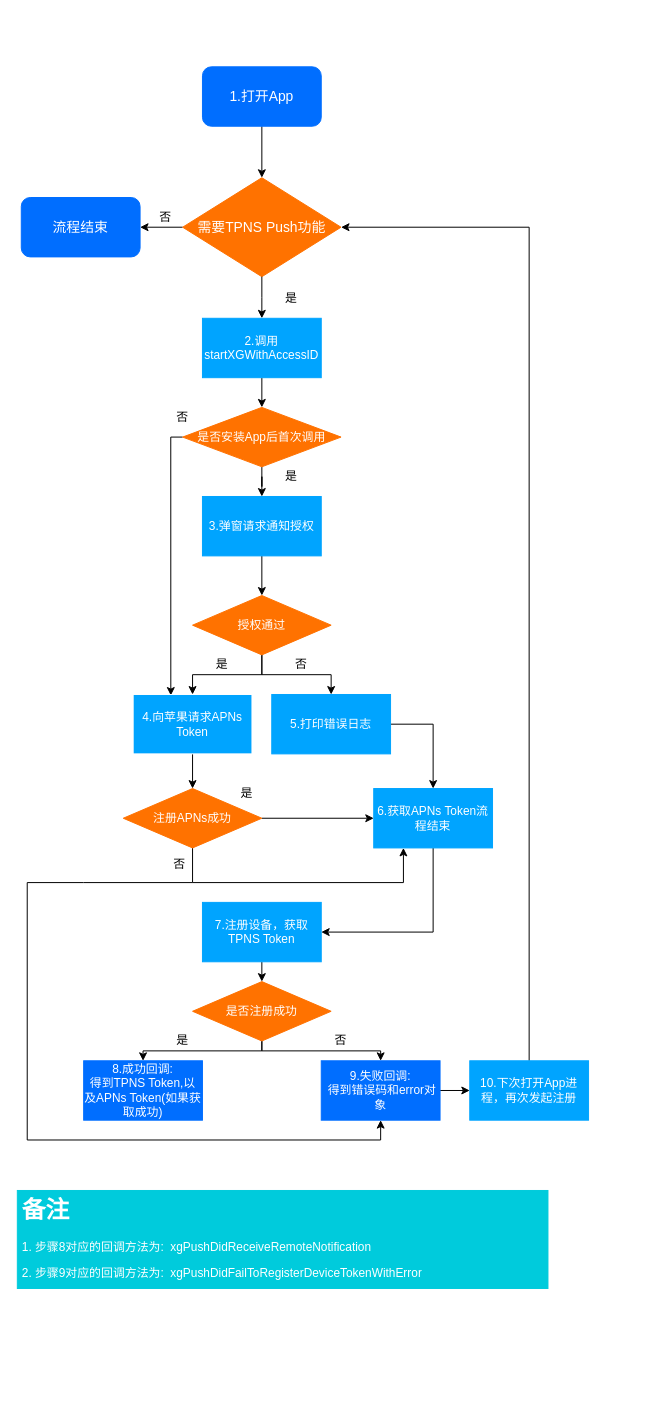
Before: register.drawio in muyanbiao/tpnsFlowChart, a draw.io diagram. Source tidied: cells renumbered, new cells numbered last; positions are measured from the earlier drawing's top-left corner, leaving out a move shared by most shapes. Both pictures are drawn from the tidied source at 99%, with x=0, y=0 at pixel (17, 66).
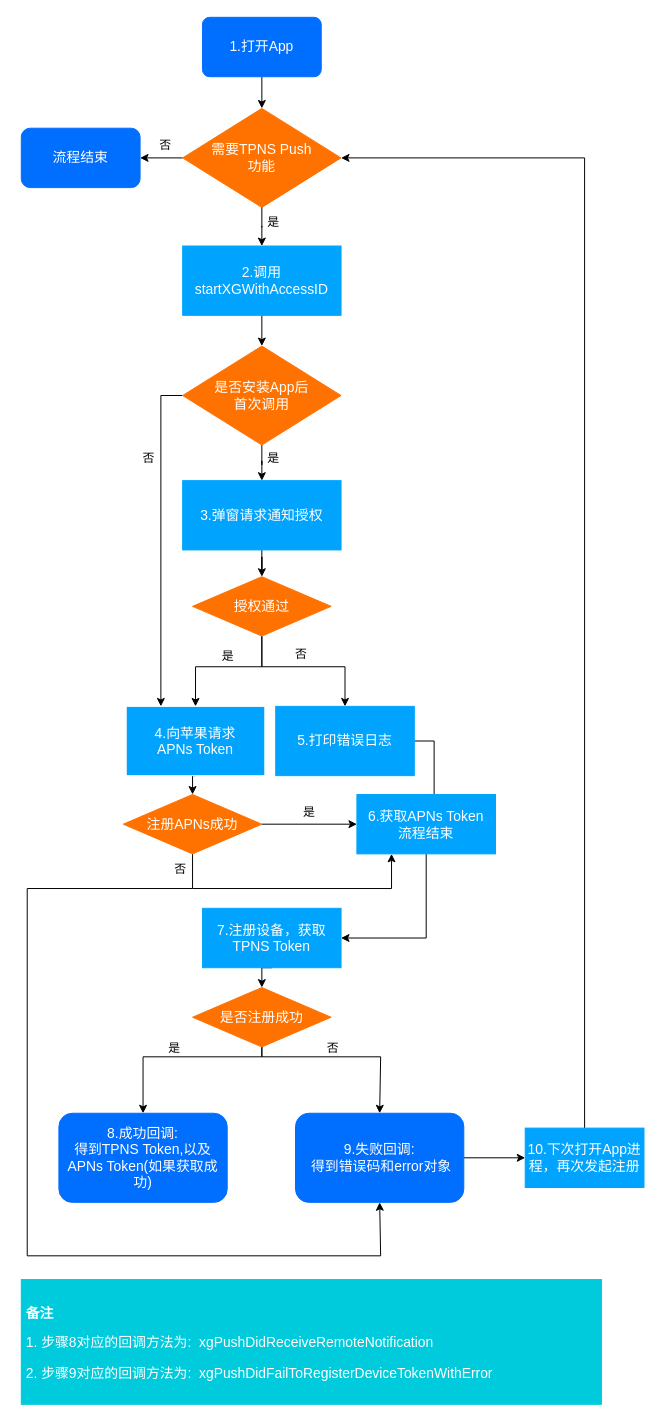
Above is the later version.

The edit, as a diff of the source:
```diff
@@
-    <mxCell id="3" value="&lt;font face=&quot;helvetica&quot; style=&quot;font-size: 14px;&quot;&gt;1.打开App&lt;/font&gt;" style="rounded=1;whiteSpace=wrap;html=1;fillColor=#006EFF;strokeColor=#006EFF;fontColor=#FFFFFF;fontSize=14;" parent="1" vertex="1">
-      <mxGeometry x="187" width="120" height="60" as="geometry" />
+    <mxCell id="3" value="&lt;font face=&quot;helvetica&quot; style=&quot;font-size: 14px;&quot;&gt;1.打开App&lt;/font&gt;" style="rounded=1;whiteSpace=wrap;html=1;fillColor=#006EFF;strokeColor=#006EFF;fontColor=#FFFFFF;fontSize=14;rotation=0;arcSize=12;" parent="1" vertex="1">
+      <mxGeometry x="187" y="-50" width="120" height="60" as="geometry" />
     </mxCell>
@@
-    <mxCell id="5" value="&lt;font face=&quot;helvetica&quot;&gt;&lt;font&gt;2.调用startXGWithAccessID&lt;/font&gt;&lt;br&gt;&lt;/font&gt;" style="rounded=0;whiteSpace=wrap;html=1;fillColor=#00A4FF;strokeColor=#00A4FF;fontColor=#FFFFFF;" parent="1" vertex="1">
-      <mxGeometry x="187" y="254" width="120" height="60" as="geometry" />
+    <mxCell id="5" value="&lt;font face=&quot;helvetica&quot; style=&quot;font-size: 14px;&quot;&gt;&lt;font style=&quot;font-size: 14px;&quot;&gt;2.调用startXGWithAccessID&lt;/font&gt;&lt;br style=&quot;font-size: 14px;&quot;&gt;&lt;/font&gt;" style="rounded=0;whiteSpace=wrap;html=1;fillColor=#00A4FF;strokeColor=#00A4FF;fontColor=#FFFFFF;fontSize=14;" parent="1" vertex="1">
+      <mxGeometry x="167" y="181" width="160" height="70" as="geometry" />
     </mxCell>
     <mxCell id="6" value="是" style="text;html=1;strokeColor=none;fillColor=none;align=center;verticalAlign=middle;whiteSpace=wrap;rounded=0;" parent="1" vertex="1">
-      <mxGeometry x="257" y="224" width="40" height="20" as="geometry" />
+      <mxGeometry x="247" y="145" width="24" height="24" as="geometry" />
     </mxCell>
-    <mxCell id="7" style="edgeStyle=orthogonalEdgeStyle;rounded=0;jettySize=auto;html=1;exitX=0;exitY=0.5;exitDx=0;exitDy=0;entryX=1;entryY=0.5;entryDx=0;entryDy=0;" parent="1" edge="1" source="8" target="36">
+    <mxCell id="7" style="edgeStyle=orthogonalEdgeStyle;rounded=0;jettySize=auto;html=1;exitX=0;exitY=0.5;exitDx=0;exitDy=0;entryX=1;entryY=0.5;entryDx=0;entryDy=0;arcSize=11;" parent="1" edge="1" source="8" target="36">
       <mxGeometry relative="1" as="geometry" />
     </mxCell>
-    <mxCell id="8" value="需要TPNS Push功能" style="rhombus;whiteSpace=wrap;html=1;fontColor=#FFFFFF;fillColor=#FF7200;strokeColor=#FF7200;fontSize=14;" parent="1" vertex="1">
-      <mxGeometry x="167" y="112" width="160" height="100" as="geometry" />
+    <mxCell id="8" value="需要TPNS Push&lt;br&gt;功能" style="rhombus;whiteSpace=wrap;html=1;fontColor=#FFFFFF;fillColor=#FF7200;strokeColor=#FF7200;fontSize=14;" parent="1" vertex="1">
+      <mxGeometry x="167" y="42" width="160" height="100" as="geometry" />
     </mxCell>
-    <mxCell id="9" style="edgeStyle=orthogonalEdgeStyle;rounded=0;jettySize=auto;html=1;exitX=0.5;exitY=1;exitDx=0;exitDy=0;" parent="1" edge="1" source="8">
-      <mxGeometry relative="1" as="geometry">
-        <mxPoint x="247" y="254" as="targetPoint" />
-      </mxGeometry>
+    <mxCell id="9" style="edgeStyle=orthogonalEdgeStyle;rounded=0;jettySize=auto;html=1;exitX=0.5;exitY=1;exitDx=0;exitDy=0;arcSize=11;" parent="1" edge="1" source="8" target="5">
+      <mxGeometry relative="1" as="geometry" />
     </mxCell>
@@
-    <mxCell id="11" style="edgeStyle=orthogonalEdgeStyle;rounded=0;jettySize=auto;html=1;exitX=0;exitY=0.5;exitDx=0;exitDy=0;entryX=0.317;entryY=0.017;entryDx=0;entryDy=0;entryPerimeter=0;" parent="1" edge="1" source="12" target="20">
+    <mxCell id="11" style="edgeStyle=orthogonalEdgeStyle;rounded=0;jettySize=auto;html=1;exitX=0;exitY=0.5;exitDx=0;exitDy=0;entryX=0.25;entryY=0;entryDx=0;entryDy=0;" parent="1" edge="1" source="12" target="20">
       <mxGeometry relative="1" as="geometry">
         <Array as="points">
-          <mxPoint x="155" y="374" />
+          <mxPoint x="145" y="332" />
         </Array>
       </mxGeometry>
     </mxCell>
-    <mxCell id="12" value="是否安装App后首次调用" style="rhombus;whiteSpace=wrap;html=1;fillColor=#FF7200;strokeColor=#FF7200;fontColor=#FFFFFF;" parent="1" vertex="1">
-      <mxGeometry x="167" y="344" width="160" height="60" as="geometry" />
+    <mxCell id="12" value="是否安装App后&lt;br&gt;首次调用" style="rhombus;whiteSpace=wrap;html=1;fillColor=#FF7200;strokeColor=#FF7200;fontColor=#FFFFFF;fontSize=14;" parent="1" vertex="1">
+      <mxGeometry x="167" y="282" width="160" height="100" as="geometry" />
     </mxCell>
-    <mxCell id="13" style="edgeStyle=orthogonalEdgeStyle;rounded=0;jettySize=auto;html=1;" parent="1" edge="1" source="14" target="18">
+    <mxCell id="13" style="edgeStyle=orthogonalEdgeStyle;rounded=0;jettySize=auto;html=1;exitX=0.5;exitY=1;exitDx=0;exitDy=0;" parent="1" edge="1" source="14" target="18">
       <mxGeometry relative="1" as="geometry" />
     </mxCell>
-    <mxCell id="14" value="3.弹窗请求通知授权" style="rounded=0;whiteSpace=wrap;html=1;fillColor=#00A4FF;strokeColor=#00A4FF;fontColor=#FFFFFF;" parent="1" vertex="1">
-      <mxGeometry x="187" y="434" width="120" height="60" as="geometry" />
+    <mxCell id="14" value="3.弹窗请求通知授权" style="rounded=0;whiteSpace=wrap;html=1;fillColor=#00A4FF;strokeColor=#00A4FF;fontColor=#FFFFFF;fontSize=14;" parent="1" vertex="1">
+      <mxGeometry x="167" y="418" width="160" height="70" as="geometry" />
     </mxCell>
     <mxCell id="15" value="是" style="text;html=1;strokeColor=none;fillColor=none;align=center;verticalAlign=middle;whiteSpace=wrap;rounded=0;" parent="1" vertex="1">
-      <mxGeometry x="257" y="404" width="40" height="20" as="geometry" />
+      <mxGeometry x="247" y="384" width="24" height="24" as="geometry" />
     </mxCell>
     <mxCell id="16" style="edgeStyle=orthogonalEdgeStyle;rounded=0;jettySize=auto;html=1;exitX=0.5;exitY=1;exitDx=0;exitDy=0;entryX=0.5;entryY=0;entryDx=0;entryDy=0;" parent="1" edge="1" source="18" target="20">
-      <mxGeometry relative="1" as="geometry" />
+      <mxGeometry relative="1" as="geometry">
+        <Array as="points">
+          <mxPoint x="247" y="606" />
+          <mxPoint x="180" y="606" />
+        </Array>
+      </mxGeometry>
     </mxCell>
     <mxCell id="17" style="edgeStyle=orthogonalEdgeStyle;rounded=0;jettySize=auto;html=1;exitX=0.5;exitY=1;exitDx=0;exitDy=0;entryX=0.5;entryY=0;entryDx=0;entryDy=0;" parent="1" edge="1" source="18" target="25">
-      <mxGeometry relative="1" as="geometry" />
+      <mxGeometry relative="1" as="geometry">
+        <Array as="points">
+          <mxPoint x="247" y="606" />
+          <mxPoint x="331" y="606" />
+        </Array>
+      </mxGeometry>
     </mxCell>
-    <mxCell id="18" value="授权通过" style="rhombus;whiteSpace=wrap;html=1;fillColor=#FF7200;strokeColor=#FF7200;fontColor=#FFFFFF;" parent="1" vertex="1">
-      <mxGeometry x="177" y="534" width="140" height="60" as="geometry" />
+    <mxCell id="18" value="授权通过" style="rhombus;whiteSpace=wrap;html=1;fillColor=#FF7200;strokeColor=#FF7200;fontColor=#FFFFFF;fontSize=14;" parent="1" vertex="1">
+      <mxGeometry x="177" y="515" width="140" height="60" as="geometry" />
     </mxCell>
@@
-    <mxCell id="20" value="4.向苹果请求APNs Token" style="rounded=0;whiteSpace=wrap;html=1;fillColor=#00A4FF;strokeColor=#FFFFFF;fontColor=#FFFFFF;" parent="1" vertex="1">
-      <mxGeometry x="117" y="634" width="120" height="60" as="geometry" />
+    <mxCell id="20" value="4.向苹果请求&lt;br&gt;APNs Token" style="rounded=0;whiteSpace=wrap;html=1;fillColor=#00A4FF;strokeColor=#FFFFFF;fontColor=#FFFFFF;fontSize=14;" parent="1" vertex="1">
+      <mxGeometry x="110" y="646" width="140" height="70" as="geometry" />
     </mxCell>
@@
-    <mxCell id="22" value="7.注册设备，获取TPNS Token" style="rounded=0;whiteSpace=wrap;html=1;fillColor=#00A4FF;strokeColor=#00A4FF;fontColor=#FFFFFF;" parent="1" vertex="1">
-      <mxGeometry x="187" y="844" width="120" height="60" as="geometry" />
+    <mxCell id="22" value="7.注册设备，获取&lt;br&gt;TPNS Token" style="rounded=0;whiteSpace=wrap;html=1;fillColor=#00A4FF;strokeColor=#00A4FF;fontColor=#FFFFFF;fontSize=14;" parent="1" vertex="1">
+      <mxGeometry x="187" y="850" width="140" height="60" as="geometry" />
     </mxCell>
     <mxCell id="23" value="是" style="text;html=1;strokeColor=none;fillColor=none;align=center;verticalAlign=middle;whiteSpace=wrap;rounded=0;" parent="1" vertex="1">
-      <mxGeometry x="187" y="594" width="40" height="20" as="geometry" />
+      <mxGeometry x="201" y="584" width="24" height="24" as="geometry" />
     </mxCell>
@@
-    <mxCell id="25" value="5.打印错误日志" style="rounded=0;whiteSpace=wrap;html=1;fillColor=#00A4FF;strokeColor=#00A4FF;fontColor=#FFFFFF;" parent="1" vertex="1">
-      <mxGeometry x="257" y="634" width="120" height="60" as="geometry" />
+    <mxCell id="25" value="5.打印错误日志" style="rounded=0;whiteSpace=wrap;html=1;fillColor=#00A4FF;strokeColor=#00A4FF;fontColor=#FFFFFF;fontSize=14;" parent="1" vertex="1">
+      <mxGeometry x="261" y="646" width="140" height="70" as="geometry" />
     </mxCell>
     <mxCell id="26" value="否" style="text;html=1;strokeColor=none;fillColor=none;align=center;verticalAlign=middle;whiteSpace=wrap;rounded=0;" parent="1" vertex="1">
-      <mxGeometry x="267" y="594" width="40" height="20" as="geometry" />
+      <mxGeometry x="275" y="582" width="24" height="24" as="geometry" />
     </mxCell>
     <mxCell id="27" value="否" style="text;html=1;strokeColor=none;fillColor=none;align=center;verticalAlign=middle;whiteSpace=wrap;rounded=0;" parent="1" vertex="1">
-      <mxGeometry x="147" y="344" width="40" height="20" as="geometry" />
+      <mxGeometry x="121" y="384" width="24" height="24" as="geometry" />
     </mxCell>
     <mxCell id="28" style="edgeStyle=orthogonalEdgeStyle;rounded=0;jettySize=auto;html=1;exitX=0.5;exitY=1;exitDx=0;exitDy=0;entryX=0.5;entryY=0;entryDx=0;entryDy=0;" parent="1" edge="1" source="30" target="31">
       <mxGeometry relative="1" as="geometry">
         <Array as="points">
-          <mxPoint x="247" y="994" />
-          <mxPoint x="127" y="994" />
+          <mxPoint x="247" y="1000" />
+          <mxPoint x="127" y="1000" />
         </Array>
       </mxGeometry>
     </mxCell>
     <mxCell id="29" style="edgeStyle=orthogonalEdgeStyle;rounded=0;jettySize=auto;html=1;exitX=0.5;exitY=1;exitDx=0;exitDy=0;entryX=0.5;entryY=0;entryDx=0;entryDy=0;" parent="1" edge="1" source="30" target="33">
       <mxGeometry relative="1" as="geometry">
         <Array as="points">
-          <mxPoint x="247" y="994" />
-          <mxPoint x="367" y="994" />
+          <mxPoint x="247" y="1000" />
+          <mxPoint x="367" y="1000" />
         </Array>
       </mxGeometry>
     </mxCell>
-    <mxCell id="30" value="是否注册成功" style="rhombus;whiteSpace=wrap;html=1;fillColor=#FF7200;strokeColor=#FF7200;fontColor=#FFFFFF;" parent="1" vertex="1">
-      <mxGeometry x="177" y="924" width="140" height="60" as="geometry" />
+    <mxCell id="30" value="是否注册成功" style="rhombus;whiteSpace=wrap;html=1;fillColor=#FF7200;strokeColor=#FF7200;fontColor=#FFFFFF;fontSize=14;" parent="1" vertex="1">
+      <mxGeometry x="177" y="930" width="140" height="60" as="geometry" />
     </mxCell>
-    <mxCell id="31" value="&lt;font&gt;8.成功回调: &lt;br&gt;得到TPNS Token,以及APNs Token(如果获取成功)&lt;/font&gt;" style="rounded=0;whiteSpace=wrap;html=1;fontColor=#FFFFFF;fillColor=#006EFF;strokeColor=#006EFF;" parent="1" vertex="1">
-      <mxGeometry x="67" y="1004" width="120" height="60" as="geometry" />
+    <mxCell id="31" value="&lt;font style=&quot;font-size: 14px&quot;&gt;8.成功回调: &lt;br style=&quot;font-size: 14px&quot;&gt;得到TPNS Token,以及&lt;br&gt;APNs Token(如果获取成功)&lt;/font&gt;" style="rounded=1;whiteSpace=wrap;html=1;fontColor=#FFFFFF;fillColor=#006EFF;strokeColor=#006EFF;fontSize=14;" parent="1" vertex="1">
+      <mxGeometry x="42" y="1057" width="170" height="90" as="geometry" />
     </mxCell>
@@
-    <mxCell id="33" value="&lt;font&gt;9.失败回调:&lt;br&gt;&amp;nbsp;得到错误码和error对象&lt;/font&gt;" style="rounded=0;whiteSpace=wrap;html=1;fontColor=#FFFFFF;fillColor=#006EFF;strokeColor=#006EFF;" parent="1" vertex="1">
-      <mxGeometry x="307" y="1004" width="120" height="60" as="geometry" />
+    <mxCell id="33" value="&lt;font style=&quot;font-size: 14px;&quot;&gt;9.失败回调:&lt;br style=&quot;font-size: 14px;&quot;&gt;&amp;nbsp;得到错误码和error对象&lt;/font&gt;" style="rounded=1;whiteSpace=wrap;html=1;fontColor=#FFFFFF;fillColor=#006EFF;strokeColor=#006EFF;fontSize=14;horizontal=1;verticalAlign=middle;" parent="1" vertex="1">
+      <mxGeometry x="281" y="1057" width="170" height="90" as="geometry" />
     </mxCell>
-    <mxCell id="34" style="edgeStyle=orthogonalEdgeStyle;rounded=0;jettySize=auto;html=1;exitX=0.5;exitY=0;exitDx=0;exitDy=0;entryX=1;entryY=0.5;entryDx=0;entryDy=0;" parent="1" edge="1" source="35" target="8">
+    <mxCell id="34" style="edgeStyle=orthogonalEdgeStyle;rounded=0;jettySize=auto;html=1;exitX=0.5;exitY=0;exitDx=0;exitDy=0;entryX=1;entryY=0.5;entryDx=0;entryDy=0;arcSize=20;" parent="1" edge="1" source="35" target="8">
       <mxGeometry relative="1" as="geometry" />
     </mxCell>
-    <mxCell id="35" value="10.下次打开App进程，再次发起注册" style="rounded=0;whiteSpace=wrap;html=1;fontColor=#FFFFFF;fillColor=#00A4FF;strokeColor=#00A4FF;" parent="1" vertex="1">
-      <mxGeometry x="457" y="1004" width="120" height="60" as="geometry" />
+    <mxCell id="35" value="10.下次打开App进程，再次发起注册" style="rounded=0;whiteSpace=wrap;html=1;fontColor=#FFFFFF;fillColor=#00A4FF;strokeColor=#00A4FF;fontSize=14;" parent="1" vertex="1">
+      <mxGeometry x="513" y="1072" width="120" height="60" as="geometry" />
     </mxCell>
     <mxCell id="36" value="&lt;font face=&quot;helvetica&quot; style=&quot;font-size: 14px;&quot;&gt;流程结束&lt;br style=&quot;font-size: 14px;&quot;&gt;&lt;/font&gt;" style="rounded=1;whiteSpace=wrap;html=1;fillColor=#006EFF;strokeColor=#006EFF;fontColor=#FFFFFF;fontSize=14;" parent="1" vertex="1">
-      <mxGeometry x="4" y="132" width="120" height="60" as="geometry" />
+      <mxGeometry x="4" y="62" width="120" height="60" as="geometry" />
     </mxCell>
     <mxCell id="37" value="否" style="text;html=1;strokeColor=none;fillColor=none;align=center;verticalAlign=middle;whiteSpace=wrap;rounded=0;" parent="1" vertex="1">
-      <mxGeometry x="130" y="142" width="40" height="20" as="geometry" />
+      <mxGeometry x="138" y="67" width="24" height="24" as="geometry" />
     </mxCell>
     <mxCell id="38" value="是" style="text;html=1;strokeColor=none;fillColor=none;align=center;verticalAlign=middle;whiteSpace=wrap;rounded=0;" parent="1" vertex="1">
-      <mxGeometry x="147" y="974" width="40" height="20" as="geometry" />
+      <mxGeometry x="147" y="980" width="24" height="24" as="geometry" />
     </mxCell>
     <mxCell id="39" value="否" style="text;html=1;strokeColor=none;fillColor=none;align=center;verticalAlign=middle;whiteSpace=wrap;rounded=0;" parent="1" vertex="1">
-      <mxGeometry x="307" y="974" width="40" height="20" as="geometry" />
+      <mxGeometry x="307" y="980" width="24" height="24" as="geometry" />
     </mxCell>
     <mxCell id="40" style="edgeStyle=orthogonalEdgeStyle;rounded=0;jettySize=auto;html=1;entryX=0.5;entryY=1;entryDx=0;entryDy=0;" parent="1" edge="1" target="33">
       <mxGeometry relative="1" as="geometry">
-        <mxPoint x="177" y="824" as="sourcePoint" />
+        <mxPoint x="177" y="830" as="sourcePoint" />
         <Array as="points">
-          <mxPoint x="67" y="824" />
-          <mxPoint x="10" y="824" />
-          <mxPoint x="10" y="1084" />
-          <mxPoint x="367" y="1084" />
+          <mxPoint x="10" y="830" />
+          <mxPoint x="10" y="1201" />
+          <mxPoint x="367" y="1201" />
         </Array>
       </mxGeometry>
     </mxCell>
     <mxCell id="41" style="edgeStyle=orthogonalEdgeStyle;rounded=0;jettySize=auto;html=1;exitX=0.5;exitY=1;exitDx=0;exitDy=0;entryX=0.25;entryY=1;entryDx=0;entryDy=0;" parent="1" edge="1" source="43" target="47">
       <mxGeometry relative="1" as="geometry">
         <Array as="points">
-          <mxPoint x="177" y="824" />
-          <mxPoint x="390" y="824" />
+          <mxPoint x="177" y="830" />
+          <mxPoint x="378" y="830" />
         </Array>
       </mxGeometry>
     </mxCell>
@@
-    <mxCell id="43" value="注册APNs成功" style="rhombus;whiteSpace=wrap;html=1;fillColor=#FF7200;strokeColor=#FF7200;fontColor=#FFFFFF;" parent="1" vertex="1">
-      <mxGeometry x="107" y="729" width="140" height="60" as="geometry" />
+    <mxCell id="43" value="注册APNs成功" style="rhombus;whiteSpace=wrap;html=1;fillColor=#FF7200;strokeColor=#FF7200;fontColor=#FFFFFF;fontSize=14;" parent="1" vertex="1">
+      <mxGeometry x="107" y="735" width="140" height="60" as="geometry" />
     </mxCell>
     <mxCell id="44" value="否" style="text;html=1;strokeColor=none;fillColor=none;align=center;verticalAlign=middle;whiteSpace=wrap;rounded=0;" parent="1" vertex="1">
-      <mxGeometry x="144" y="796" width="40" height="20" as="geometry" />
+      <mxGeometry x="153" y="799" width="24" height="24" as="geometry" />
     </mxCell>
     <mxCell id="45" value="是" style="text;html=1;strokeColor=none;fillColor=none;align=center;verticalAlign=middle;whiteSpace=wrap;rounded=0;" parent="1" vertex="1">
-      <mxGeometry x="212" y="724" width="40" height="20" as="geometry" />
+      <mxGeometry x="283" y="741" width="24" height="24" as="geometry" />
     </mxCell>
@@
-    <mxCell id="47" value="6.获取APNs Token流程结束" style="rounded=0;whiteSpace=wrap;html=1;fillColor=#00A4FF;strokeColor=#00A4FF;fontColor=#FFFFFF;" parent="1" vertex="1">
-      <mxGeometry x="360" y="729" width="120" height="60" as="geometry" />
+    <mxCell id="47" value="6.获取APNs Token&lt;br&gt;流程结束" style="rounded=0;whiteSpace=wrap;html=1;fillColor=#00A4FF;strokeColor=#00A4FF;fontColor=#FFFFFF;fontSize=14;" parent="1" vertex="1">
+      <mxGeometry x="343" y="735" width="140" height="60" as="geometry" />
     </mxCell>
-    <mxCell id="48" value="&lt;h1&gt;备注&lt;/h1&gt;&lt;p&gt;1. 步骤8对应的回调方法为:&amp;nbsp;&amp;nbsp;xgPushDidReceiveRemoteNotification&lt;/p&gt;&lt;p&gt;2. 步骤9对应的回调方法为:&amp;nbsp; xgPushDidFailToRegisterDeviceTokenWithError&lt;/p&gt;" style="text;html=1;spacing=5;spacingTop=-20;whiteSpace=wrap;overflow=hidden;rounded=0;fillColor=#00CBDC;strokeColor=#00CBDC;fontColor=#FFFFFF;" parent="1" vertex="1">
-      <mxGeometry y="1135" width="536" height="99" as="geometry" />
+    <mxCell id="48" value="&lt;h1 style=&quot;font-size: 14px&quot;&gt;&lt;br&gt;&lt;/h1&gt;&lt;h1 style=&quot;font-size: 14px&quot;&gt;备注&lt;/h1&gt;&lt;p style=&quot;font-size: 14px&quot;&gt;1. 步骤8对应的回调方法为:&amp;nbsp;&amp;nbsp;xgPushDidReceiveRemoteNotification&lt;/p&gt;&lt;p style=&quot;font-size: 14px&quot;&gt;2. 步骤9对应的回调方法为:&amp;nbsp; xgPushDidFailToRegisterDeviceTokenWithError&lt;/p&gt;" style="text;html=1;spacing=5;spacingTop=-20;whiteSpace=wrap;overflow=hidden;rounded=0;fillColor=#00CBDC;strokeColor=#00CBDC;fontColor=#FFFFFF;fontSize=14;" parent="1" vertex="1">
+      <mxGeometry x="4" y="1225" width="586" height="126" as="geometry" />
     </mxCell>
```
